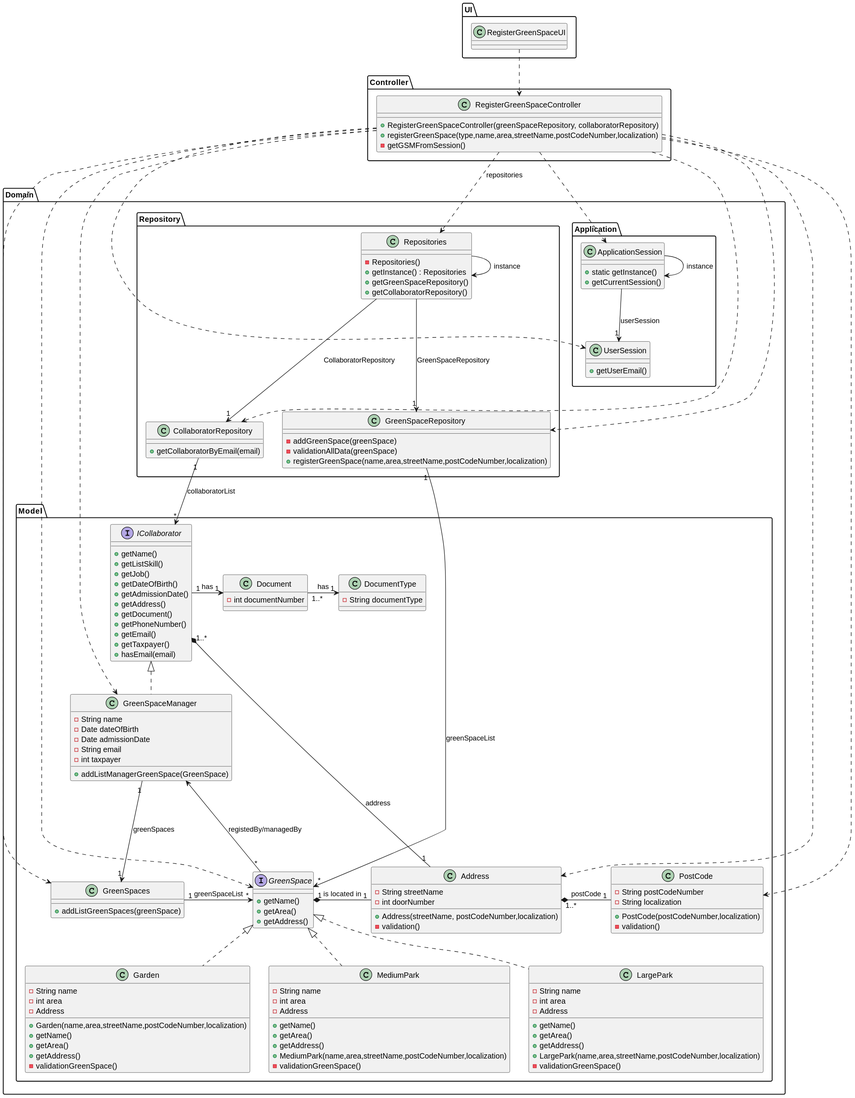
Above: docs/sprint3/us20/03.design/svg/us20-alt2-class-diagram.svg in Departamento-de-Engenharia-Informatica/lei-24-s2-1db-g022 (PlantUML), before the change. Its diagram source:
```plantuml
@startuml
skinparam packageStyle rectangle
skinparam shadowing false
skinparam linetype orto

skinparam classAttributeIconSize "1"

package "UI" <<Folder>> {
    class RegisterGreenSpaceUI {
    }
}

package "Controller" <<Folder>> {
    class RegisterGreenSpaceController {
        + RegisterGreenSpaceController(greenSpaceRepository, collaboratorRepository)
        + registerGreenSpace(type,name,area,streetName,postCodeNumber,localization)
        - getGSMFromSession()

    }
}
package "Domain" <<Folder>> {

    package "Domain.Application" <<Folder>> {
        class ApplicationSession
        {
            + static getInstance()
            + getCurrentSession()
        }

        class UserSession
        {
            + getUserEmail()
        }
    }

    package "Domain.Model" <<Folder>> {
        interface GreenSpace {

            + getName()
            + getArea()
            + getAddress()

        }

        class GreenSpaces{
            + addListGreenSpaces(greenSpace)
        }

        class Garden implements GreenSpace{
            - String name
            - int area
            - Address

            + Garden(name,area,streetName,postCodeNumber,localization)
            + getName()
            + getArea()
            + getAddress()
            - validationGreenSpace()
        }

        class MediumPark implements GreenSpace{
            - String name
            - int area
            - Address

            + getName()
            + getArea()
            + getAddress()
            + MediumPark(name,area,streetName,postCodeNumber,localization)
            - validationGreenSpace()
        }

        class LargePark implements GreenSpace{
            - String name
            - int area
            - Address

            + getName()
            + getArea()
            + getAddress()
            + LargePark(name,area,streetName,postCodeNumber,localization)
            - validationGreenSpace()

        }

        interface ICollaborator{
            + getName()
            + getListSkill()
            + getJob()
            + getDateOfBirth()
            + getAdmissionDate()
            + getAddress()
            + getDocument()
            + getPhoneNumber()
            + getEmail()
            + getTaxpayer()
            + hasEmail(email)

        }

        class Document{
            - int documentNumber
        }

        class DocumentType{
            - String documentType
        }

        class GreenSpaceManager implements ICollaborator{
            - String name
            - Date dateOfBirth
            - Date admissionDate
            - String email
            - int taxpayer
            + addListManagerGreenSpace(GreenSpace)

        }

        class Address {
            - String streetName
            - int doorNumber

            + Address(streetName, postCodeNumber,localization)
            - validation()
        }

        class PostCode{
            - String postCodeNumber
            - String localization

            + PostCode(postCodeNumber,localization)
            - validation()
        }
    }

    package "Domain.Repository" <<Folder>> {
        class Repositories {

            - Repositories()
            + getInstance() : Repositories
            + getGreenSpaceRepository()
            + getCollaboratorRepository()
        }

        class CollaboratorRepository {
            + getCollaboratorByEmail(email)
        }

        class GreenSpaceRepository {
            - addGreenSpace(greenSpace)
            - validationAllData(greenSpace)
            + registerGreenSpace(name,area,streetName,postCodeNumber,localization)
        }
    }

}
Repositories -> Repositories : instance
ApplicationSession -> ApplicationSession : instance

RegisterGreenSpaceUI ..> RegisterGreenSpaceController

RegisterGreenSpaceController ..> Repositories : repositories
RegisterGreenSpaceController ..> ApplicationSession
RegisterGreenSpaceController ...> UserSession
RegisterGreenSpaceController ...> GreenSpaceRepository
RegisterGreenSpaceController ...> GreenSpaceManager
RegisterGreenSpaceController ...> CollaboratorRepository
RegisterGreenSpaceController ...> GreenSpace
RegisterGreenSpaceController ...> Address
RegisterGreenSpaceController ...> PostCode
RegisterGreenSpaceController ...> GreenSpaces

ApplicationSession --> "1" UserSession : userSession

Repositories ---> "1" GreenSpaceRepository : GreenSpaceRepository
Repositories ---> "1" CollaboratorRepository : CollaboratorRepository

CollaboratorRepository "1"  --> "*" ICollaborator : collaboratorList

GreenSpaceRepository "1" --> "*" GreenSpace : greenSpaceList


GreenSpaceManager <- "*" GreenSpace : registedBy/managedBy
GreenSpaceManager "1" ---> "1" GreenSpaces : greenSpaces

GreenSpaces "1" -> "*" GreenSpace: greenSpaceList
GreenSpace "1" *- "1" Address : is located in

Address "1..*" *- "1" PostCode : postCode
ICollaborator "1..*" *---- "1" Address : address

ICollaborator "1" -> "1" Document : has
Document "1..*" ->"1" DocumentType : has
@enduml
```
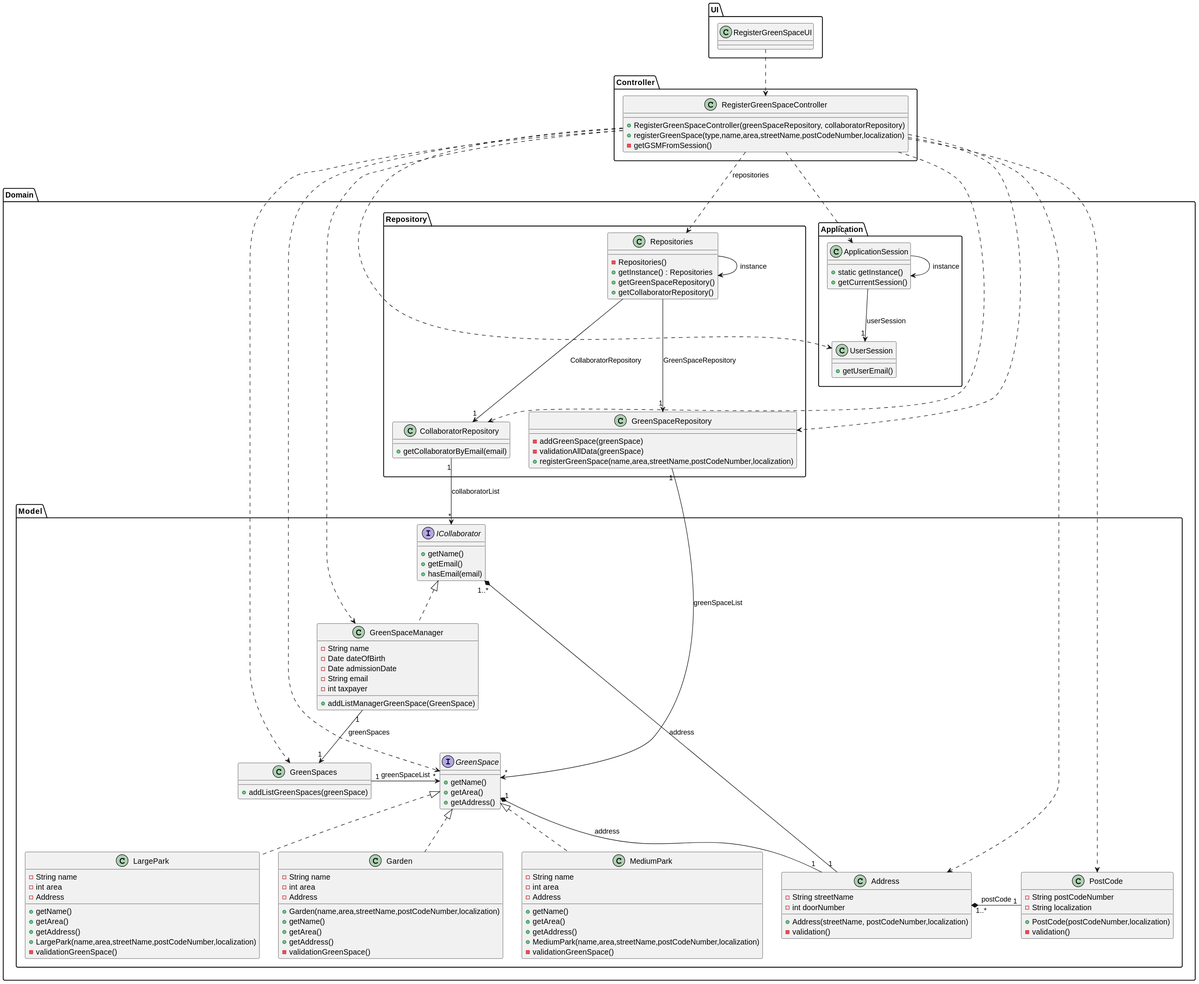
The same diagram one commit later.

What changed in the source:
```diff
@@ -85,25 +85,9 @@
 
         interface ICollaborator{
             + getName()
-            + getListSkill()
-            + getJob()
-            + getDateOfBirth()
-            + getAdmissionDate()
-            + getAddress()
-            + getDocument()
-            + getPhoneNumber()
             + getEmail()
-            + getTaxpayer()
             + hasEmail(email)
 
-        }
-
-        class Document{
-            - int documentNumber
-        }
-
-        class DocumentType{
-            - String documentType
         }
 
         class GreenSpaceManager implements ICollaborator{
@@ -179,16 +163,11 @@
 
 GreenSpaceRepository "1" --> "*" GreenSpace : greenSpaceList
 
-
-GreenSpaceManager <- "*" GreenSpace : registedBy/managedBy
-GreenSpaceManager "1" ---> "1" GreenSpaces : greenSpaces
+GreenSpaceManager "1" --> "1" GreenSpaces : greenSpaces
 
 GreenSpaces "1" -> "*" GreenSpace: greenSpaceList
-GreenSpace "1" *- "1" Address : is located in
+GreenSpace "1" *- "1" Address : address
 
 Address "1..*" *- "1" PostCode : postCode
 ICollaborator "1..*" *---- "1" Address : address
-
-ICollaborator "1" -> "1" Document : has
-Document "1..*" ->"1" DocumentType : has
 @enduml
```
